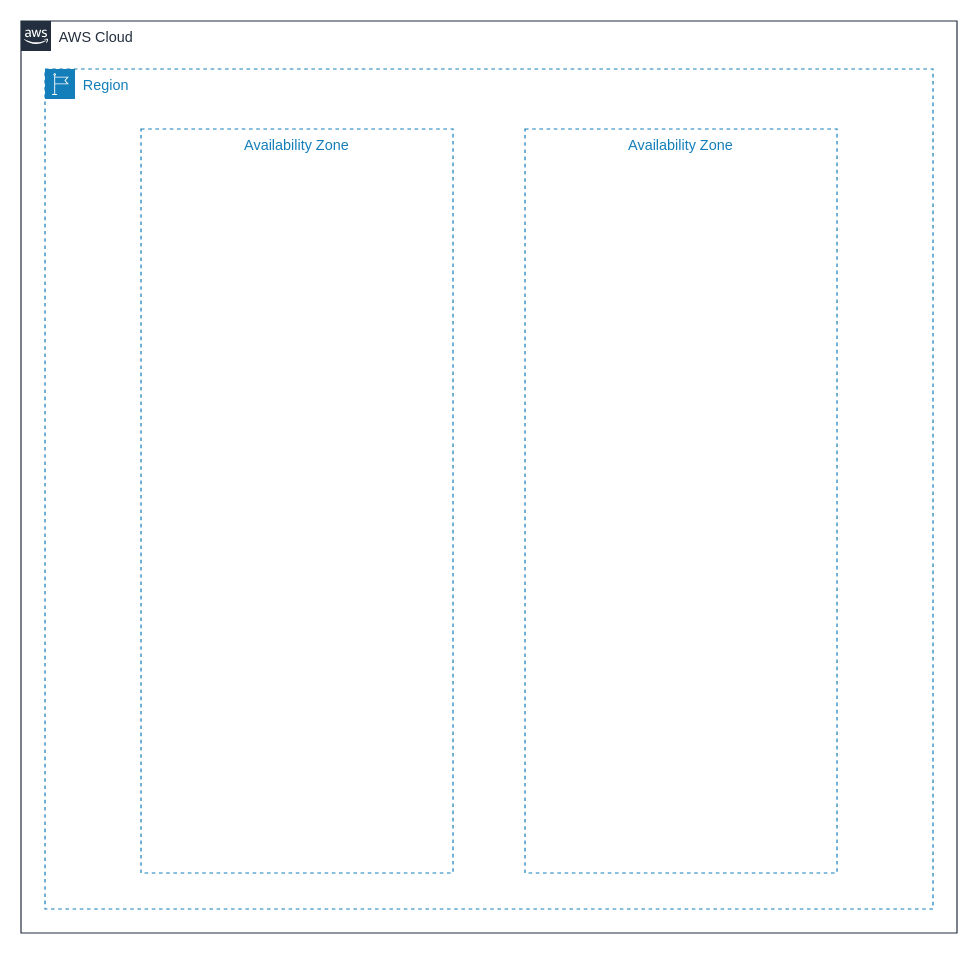
Before: Untitled Diagram.drawio in RX1208/my-architecture-diagram, a draw.io diagram. Source tidied: cells renumbered, new cells numbered last; positions are measured from the earlier drawing's top-left corner, leaving out a move shared by most shapes. Both pictures are drawn from the tidied source at 120%, with x=0, y=0 at pixel (20, 20).
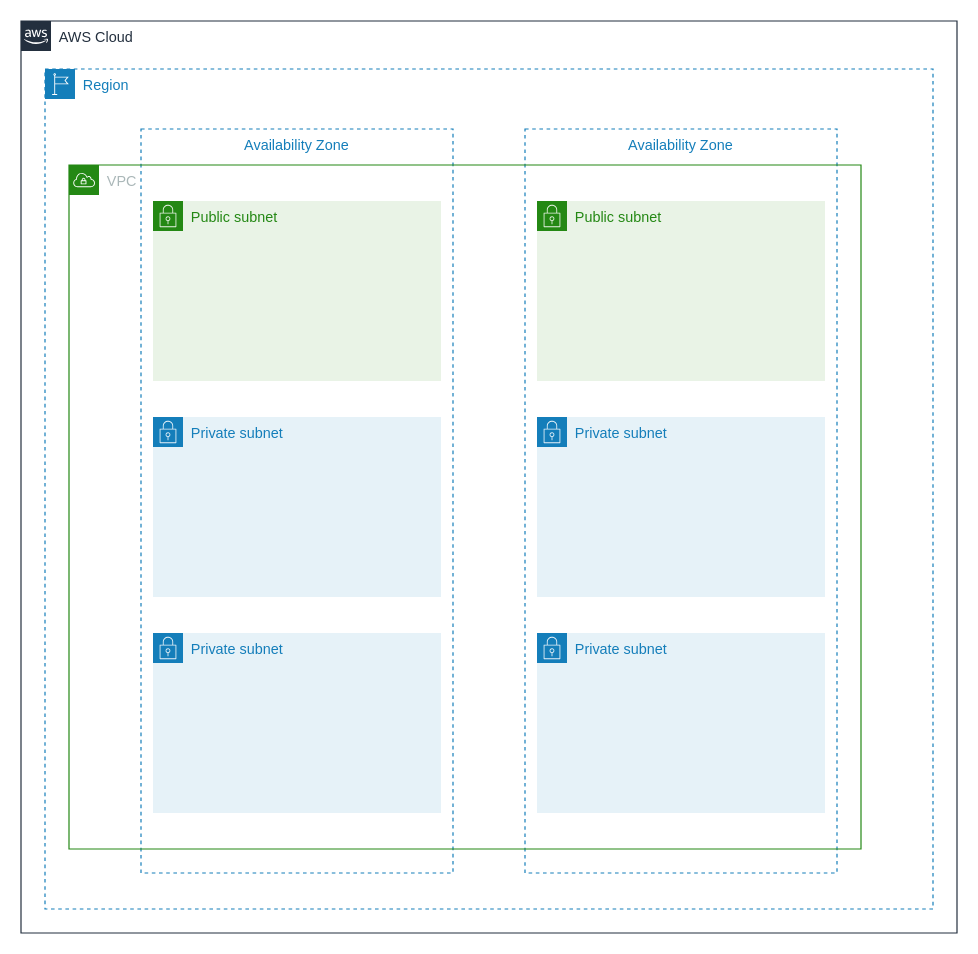
Above is the later version.

Diff of the diagram source:
```diff
@@
 <mxGraphModel>
   <root>
     <mxCell id="0" />
     <mxCell id="1" parent="0" />
     <mxCell id="2" value="AWS Cloud" style="gradientColor=none;html=1;whiteSpace=wrap;fontSize=12;fontStyle=0;shape=mxgraph.aws4.group;grIcon=mxgraph.aws4.group_aws_cloud_alt;strokeColor=#232F3E;fillColor=none;verticalAlign=top;align=left;spacingLeft=30;fontColor=#232F3E;dashed=0;" parent="1" vertex="1">
       <mxGeometry width="780" height="760" as="geometry" />
     </mxCell>
     <mxCell id="3" value="Region" style="gradientColor=none;html=1;whiteSpace=wrap;fontSize=12;fontStyle=0;shape=mxgraph.aws4.group;grIcon=mxgraph.aws4.group_region;strokeColor=#147EBA;fillColor=none;verticalAlign=top;align=left;spacingLeft=30;fontColor=#147EBA;dashed=1;" parent="1" vertex="1">
       <mxGeometry x="20" y="40" width="740" height="700" as="geometry" />
     </mxCell>
     <mxCell id="4" value="Availability Zone" style="fillColor=none;strokeColor=#147EBA;dashed=1;verticalAlign=top;fontStyle=0;fontColor=#147EBA;" parent="3" vertex="1">
       <mxGeometry x="80" y="50" width="260" height="620" as="geometry" />
     </mxCell>
     <mxCell id="5" value="Availability Zone" style="fillColor=none;strokeColor=#147EBA;dashed=1;verticalAlign=top;fontStyle=0;fontColor=#147EBA;" parent="3" vertex="1">
       <mxGeometry x="400" y="50" width="260" height="620" as="geometry" />
     </mxCell>
+    <mxCell id="6" value="Public subnet" style="gradientColor=none;html=1;whiteSpace=wrap;fontSize=12;fontStyle=0;shape=mxgraph.aws4.group;grIcon=mxgraph.aws4.group_security_group;grStroke=0;strokeColor=#248814;fillColor=#E9F3E6;verticalAlign=top;align=left;spacingLeft=30;fontColor=#248814;dashed=0;" parent="3" vertex="1">
+      <mxGeometry x="410" y="110" width="240" height="150" as="geometry" />
+    </mxCell>
+    <mxCell id="7" value="Private subnet" style="gradientColor=none;html=1;whiteSpace=wrap;fontSize=12;fontStyle=0;shape=mxgraph.aws4.group;grIcon=mxgraph.aws4.group_security_group;grStroke=0;strokeColor=#147EBA;fillColor=#E6F2F8;verticalAlign=top;align=left;spacingLeft=30;fontColor=#147EBA;dashed=0;" parent="3" vertex="1">
+      <mxGeometry x="410" y="290" width="240" height="150" as="geometry" />
+    </mxCell>
+    <mxCell id="8" value="Private subnet" style="gradientColor=none;html=1;whiteSpace=wrap;fontSize=12;fontStyle=0;shape=mxgraph.aws4.group;grIcon=mxgraph.aws4.group_security_group;grStroke=0;strokeColor=#147EBA;fillColor=#E6F2F8;verticalAlign=top;align=left;spacingLeft=30;fontColor=#147EBA;dashed=0;" parent="3" vertex="1">
+      <mxGeometry x="410" y="470" width="240" height="150" as="geometry" />
+    </mxCell>
+    <mxCell id="9" value="Private subnet" style="gradientColor=none;html=1;whiteSpace=wrap;fontSize=12;fontStyle=0;shape=mxgraph.aws4.group;grIcon=mxgraph.aws4.group_security_group;grStroke=0;strokeColor=#147EBA;fillColor=#E6F2F8;verticalAlign=top;align=left;spacingLeft=30;fontColor=#147EBA;dashed=0;" parent="3" vertex="1">
+      <mxGeometry x="90" y="470" width="240" height="150" as="geometry" />
+    </mxCell>
+    <mxCell id="10" value="VPC" style="gradientColor=none;html=1;whiteSpace=wrap;fontSize=12;fontStyle=0;shape=mxgraph.aws4.group;grIcon=mxgraph.aws4.group_vpc;strokeColor=#248814;fillColor=none;verticalAlign=top;align=left;spacingLeft=30;fontColor=#AAB7B8;dashed=0;" parent="1" vertex="1">
+      <mxGeometry x="40" y="120" width="660" height="570" as="geometry" />
+    </mxCell>
+    <mxCell id="11" value="Public subnet" style="gradientColor=none;html=1;whiteSpace=wrap;fontSize=12;fontStyle=0;shape=mxgraph.aws4.group;grIcon=mxgraph.aws4.group_security_group;grStroke=0;strokeColor=#248814;fillColor=#E9F3E6;verticalAlign=top;align=left;spacingLeft=30;fontColor=#248814;dashed=0;" parent="10" vertex="1">
+      <mxGeometry x="70" y="30" width="240" height="150" as="geometry" />
+    </mxCell>
+    <mxCell id="12" value="Private subnet" style="gradientColor=none;html=1;whiteSpace=wrap;fontSize=12;fontStyle=0;shape=mxgraph.aws4.group;grIcon=mxgraph.aws4.group_security_group;grStroke=0;strokeColor=#147EBA;fillColor=#E6F2F8;verticalAlign=top;align=left;spacingLeft=30;fontColor=#147EBA;dashed=0;" parent="10" vertex="1">
+      <mxGeometry x="70" y="210" width="240" height="150" as="geometry" />
+    </mxCell>
   </root>
 </mxGraphModel>
```
